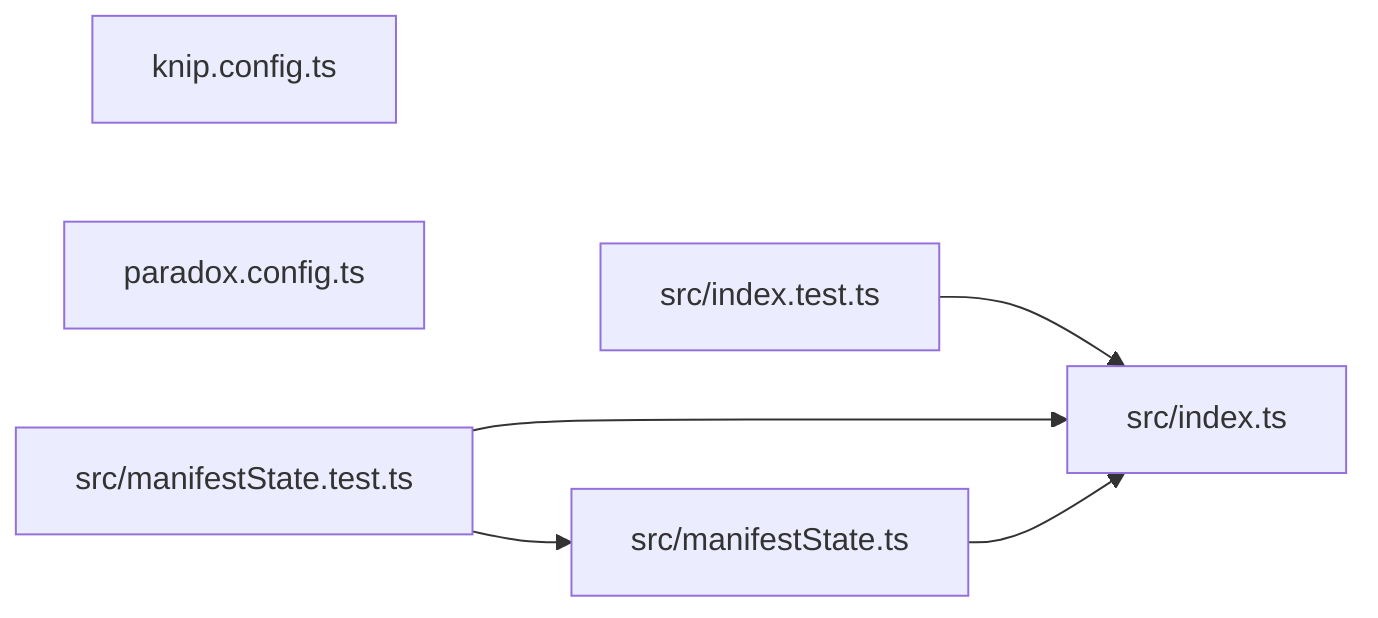
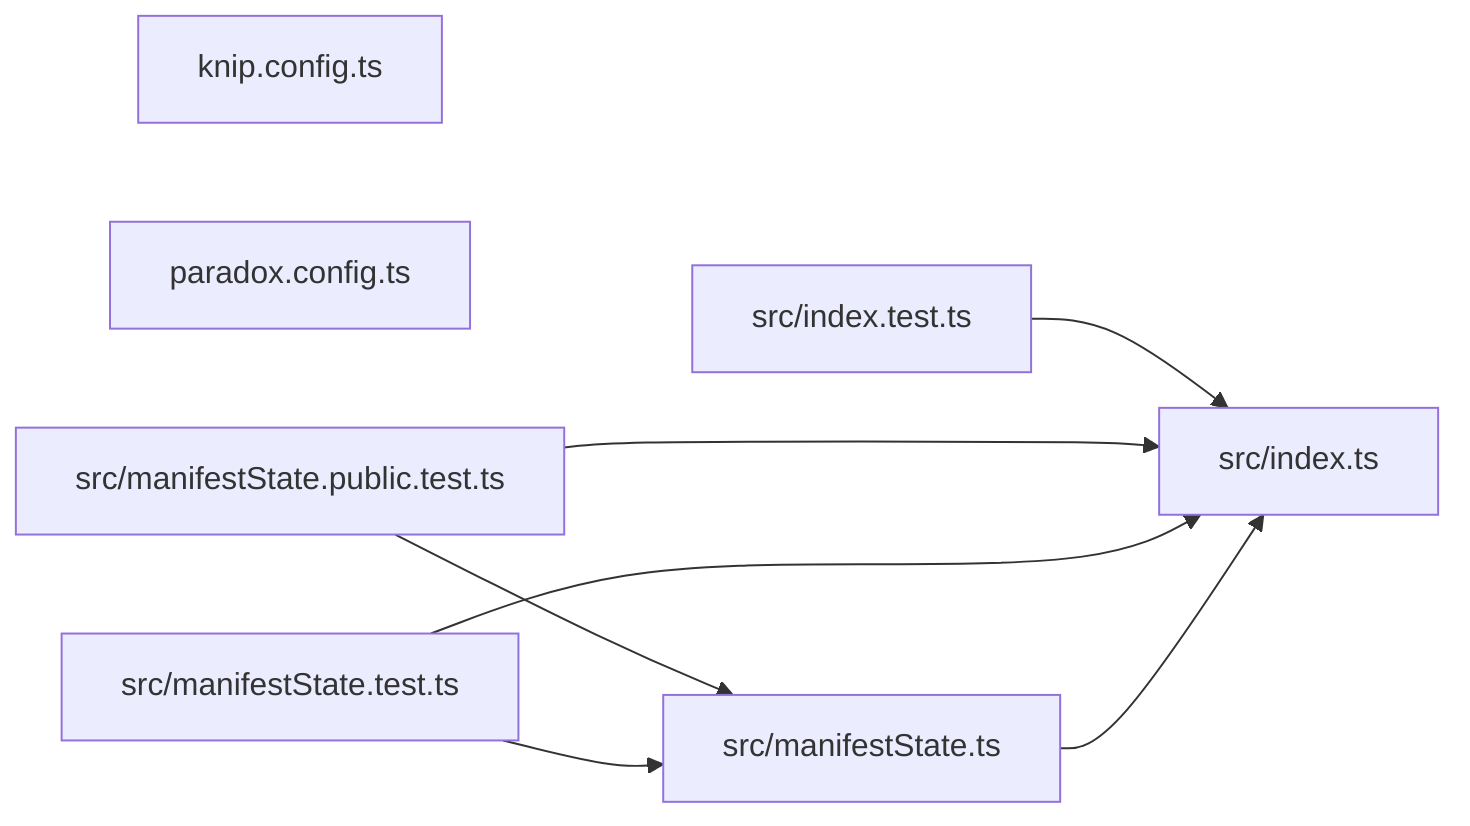
graph LR
  module_knip_config_ts["knip.config.ts"]
  module_paradox_config_ts["paradox.config.ts"]
  module_src_index_test_ts["src/index.test.ts"]
  module_src_index_ts["src/index.ts"]
+   module_src_manifestState_public_test_ts["src/manifestState.public.test.ts"]
  module_src_manifestState_test_ts["src/manifestState.test.ts"]
  module_src_manifestState_ts["src/manifestState.ts"]
  module_src_index_test_ts --> module_src_index_ts
+   module_src_manifestState_public_test_ts --> module_src_index_ts
+   module_src_manifestState_public_test_ts --> module_src_manifestState_ts
  module_src_manifestState_test_ts --> module_src_index_ts
  module_src_manifestState_test_ts --> module_src_manifestState_ts
  module_src_manifestState_ts --> module_src_index_ts
